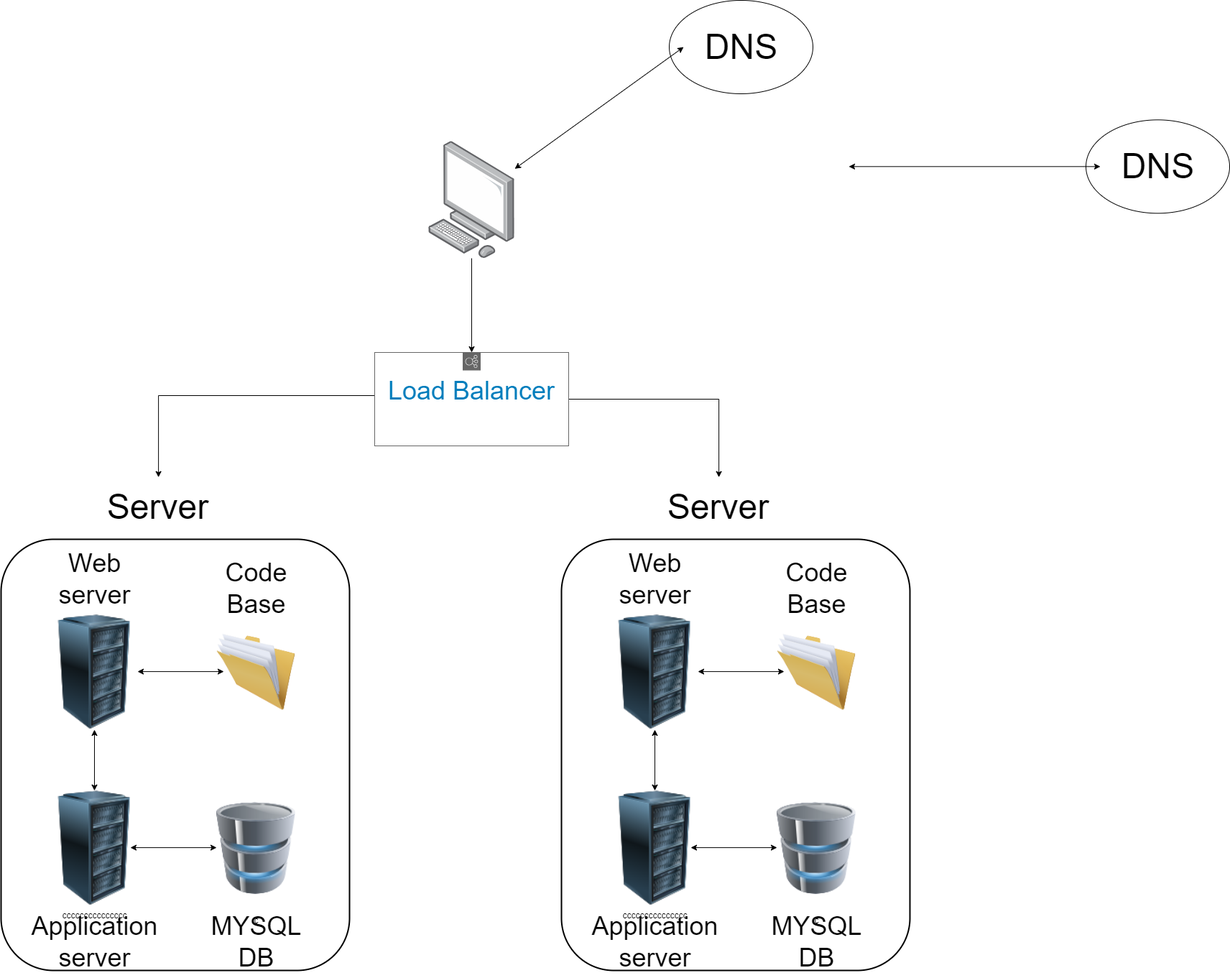
Above: 0x09-web_infrastructure_design/1-distributed_web_infrastructure.png in mitch-codes/alx-system_engineering-devops (draw.io), before the change. Source tidied: cells renumbered, new cells last; positions are measured from the earlier drawing's top-left corner, leaving out a move shared by most shapes. The source it was exported from:
```xml
<mxGraphModel>
  <root>
    <mxCell id="0" />
    <mxCell id="1" parent="0" />
    <mxCell id="2" style="edgeStyle=orthogonalEdgeStyle;rounded=0;jettySize=auto;html=1;entryX=0.51;entryY=-0.09;entryDx=0;entryDy=0;entryPerimeter=0;" parent="1" edge="1" source="38" target="9">
      <mxGeometry relative="1" as="geometry">
        <Array as="points">
          <mxPoint x="219" y="550" />
        </Array>
      </mxGeometry>
    </mxCell>
    <mxCell id="3" style="edgeStyle=orthogonalEdgeStyle;rounded=0;jettySize=auto;html=1;" parent="1" edge="1" source="4" target="38">
      <mxGeometry relative="1" as="geometry" />
    </mxCell>
    <mxCell id="4" style="image;points=[];html=1;align=center;shadow=0;dashed=0;image=img/lib/allied_telesis/computer_and_terminals/Personal_Computer.svg;" parent="1" vertex="1">
      <mxGeometry x="595" y="196.3" width="120" height="162.6" as="geometry" />
    </mxCell>
    <mxCell id="5" style="image;html=1;image=img/lib/clip_art/computers/Server_Rack_128x128.png;" parent="1" vertex="1">
      <mxGeometry x="60" y="855" width="140" height="160" as="geometry" />
    </mxCell>
    <mxCell id="6" value="ccccccccccccccc" style="image;html=1;image=img/lib/clip_art/computers/Server_Rack_128x128.png;" parent="1" vertex="1">
      <mxGeometry x="60" y="1100" width="140" height="160" as="geometry" />
    </mxCell>
    <mxCell id="7" style="rounded=1;whiteSpace=wrap;html=1;fillColor=none;strokeColor=#000000;strokeWidth=2;" parent="1" vertex="1">
      <mxGeometry y="750" width="485" height="600" as="geometry" />
    </mxCell>
    <mxCell id="8" style="ellipse;whiteSpace=wrap;html=1;" parent="1" vertex="1">
      <mxGeometry x="930" width="200" height="130" as="geometry" />
    </mxCell>
    <mxCell id="9" value="&lt;font style=&quot;font-size: 48px;&quot;&gt;Server&lt;/font&gt;" style="text;html=1;align=center;verticalAlign=middle;points=[];strokeColor=none;fillColor=none;" parent="1" vertex="1">
      <mxGeometry x="137.5" y="670" width="160" height="70" as="geometry" />
    </mxCell>
    <mxCell id="10" value="&lt;font style=&quot;&quot;&gt;&lt;font style=&quot;font-size: 36px;&quot;&gt;Web&lt;br&gt;server&lt;/font&gt;&lt;br&gt;&lt;/font&gt;" style="text;html=1;align=center;verticalAlign=middle;strokeColor=none;fillColor=none;" parent="1" vertex="1">
      <mxGeometry x="70" y="755" width="120" height="100" as="geometry" />
    </mxCell>
    <mxCell id="11" value="&lt;font style=&quot;&quot;&gt;&lt;font style=&quot;font-size: 36px;&quot;&gt;Application&lt;br&gt;server&lt;/font&gt;&lt;br&gt;&lt;/font&gt;" style="text;html=1;align=center;verticalAlign=middle;strokeColor=none;fillColor=none;" parent="1" vertex="1">
      <mxGeometry x="30" y="1260" width="200" height="100" as="geometry" />
    </mxCell>
    <mxCell id="12" style="endArrow=classic;startArrow=classic;html=1;rounded=0;exitX=0.268;exitY=0.583;exitDx=0;exitDy=0;exitPerimeter=0;" parent="1" edge="1" source="7" target="5">
      <mxGeometry relative="1" as="geometry" />
    </mxCell>
    <mxCell id="13" style="endArrow=classic;startArrow=classic;html=1;rounded=0;entryX=0.1;entryY=0.5;entryDx=0;entryDy=0;entryPerimeter=0;" parent="1" edge="1" source="4" target="8">
      <mxGeometry relative="1" as="geometry" />
    </mxCell>
    <mxCell id="14" value="&lt;font style=&quot;font-size: 48px;&quot;&gt;DNS&lt;/font&gt;" style="text;html=1;align=center;verticalAlign=middle;strokeColor=none;fillColor=none;" parent="1" vertex="1">
      <mxGeometry x="970" y="30" width="120" height="70" as="geometry" />
    </mxCell>
    <mxCell id="15" value="c" style="image;html=1;image=img/lib/clip_art/computers/Database_128x128.png;" parent="1" vertex="1">
      <mxGeometry x="300" y="1093" width="110" height="174" as="geometry" />
    </mxCell>
    <mxCell id="16" value="&lt;font style=&quot;&quot;&gt;&lt;span style=&quot;font-size: 36px;&quot;&gt;MYSQL&lt;br&gt;DB&lt;/span&gt;&lt;br&gt;&lt;/font&gt;" style="text;html=1;align=center;verticalAlign=middle;strokeColor=none;fillColor=none;" parent="1" vertex="1">
      <mxGeometry x="280" y="1260" width="150" height="100" as="geometry" />
    </mxCell>
    <mxCell id="17" style="endArrow=classic;startArrow=classic;html=1;rounded=0;" parent="1" edge="1">
      <mxGeometry relative="1" as="geometry">
        <mxPoint x="180" y="1179.1" as="sourcePoint" />
        <mxPoint x="300" y="1179.1" as="targetPoint" />
      </mxGeometry>
    </mxCell>
    <mxCell id="18" style="image;html=1;image=img/lib/clip_art/general/Full_Folder_128x128.png;" parent="1" vertex="1">
      <mxGeometry x="300" y="867.5" width="110" height="135" as="geometry" />
    </mxCell>
    <mxCell id="19" style="endArrow=classic;startArrow=classic;html=1;rounded=0;" parent="1" edge="1">
      <mxGeometry relative="1" as="geometry">
        <mxPoint x="190" y="934.1" as="sourcePoint" />
        <mxPoint x="310" y="934.1" as="targetPoint" />
      </mxGeometry>
    </mxCell>
    <mxCell id="20" value="&lt;font style=&quot;&quot;&gt;&lt;span style=&quot;font-size: 36px;&quot;&gt;Code&lt;br&gt;Base&lt;/span&gt;&lt;br&gt;&lt;/font&gt;" style="text;html=1;align=center;verticalAlign=middle;strokeColor=none;fillColor=none;" parent="1" vertex="1">
      <mxGeometry x="300" y="767.5" width="110" height="100" as="geometry" />
    </mxCell>
    <mxCell id="21" style="edgeStyle=orthogonalEdgeStyle;rounded=0;jettySize=auto;html=1;entryX=0.51;entryY=-0.09;entryDx=0;entryDy=0;entryPerimeter=0;" parent="1" edge="1" source="38" target="26">
      <mxGeometry relative="1" as="geometry" />
    </mxCell>
    <mxCell id="22" style="image;html=1;image=img/lib/clip_art/computers/Server_Rack_128x128.png;" parent="1" vertex="1">
      <mxGeometry x="840" y="855" width="140" height="160" as="geometry" />
    </mxCell>
    <mxCell id="23" value="ccccccccccccccc" style="image;html=1;image=img/lib/clip_art/computers/Server_Rack_128x128.png;" parent="1" vertex="1">
      <mxGeometry x="840" y="1100" width="140" height="160" as="geometry" />
    </mxCell>
    <mxCell id="24" style="rounded=1;whiteSpace=wrap;html=1;fillColor=none;strokeColor=#000000;strokeWidth=2;" parent="1" vertex="1">
      <mxGeometry x="780" y="750" width="485" height="600" as="geometry" />
    </mxCell>
    <mxCell id="25" style="ellipse;whiteSpace=wrap;html=1;" parent="1" vertex="1">
      <mxGeometry x="1510" y="166.3" width="200" height="130" as="geometry" />
    </mxCell>
    <mxCell id="26" value="&lt;font style=&quot;font-size: 48px;&quot;&gt;Server&lt;/font&gt;" style="text;html=1;align=center;verticalAlign=middle;points=[];strokeColor=none;fillColor=none;" parent="1" vertex="1">
      <mxGeometry x="917.5" y="670" width="160" height="70" as="geometry" />
    </mxCell>
    <mxCell id="27" value="&lt;font style=&quot;&quot;&gt;&lt;font style=&quot;font-size: 36px;&quot;&gt;Web&lt;br&gt;server&lt;/font&gt;&lt;br&gt;&lt;/font&gt;" style="text;html=1;align=center;verticalAlign=middle;strokeColor=none;fillColor=none;" parent="1" vertex="1">
      <mxGeometry x="850" y="755" width="120" height="100" as="geometry" />
    </mxCell>
    <mxCell id="28" value="&lt;font style=&quot;&quot;&gt;&lt;font style=&quot;font-size: 36px;&quot;&gt;Application&lt;br&gt;server&lt;/font&gt;&lt;br&gt;&lt;/font&gt;" style="text;html=1;align=center;verticalAlign=middle;strokeColor=none;fillColor=none;" parent="1" vertex="1">
      <mxGeometry x="810" y="1260" width="200" height="100" as="geometry" />
    </mxCell>
    <mxCell id="29" style="endArrow=classic;startArrow=classic;html=1;rounded=0;exitX=0.268;exitY=0.583;exitDx=0;exitDy=0;exitPerimeter=0;" parent="1" edge="1" source="24" target="22">
      <mxGeometry relative="1" as="geometry" />
    </mxCell>
    <mxCell id="30" style="endArrow=classic;startArrow=classic;html=1;rounded=0;entryX=0.1;entryY=0.5;entryDx=0;entryDy=0;entryPerimeter=0;" parent="1" edge="1" target="25">
      <mxGeometry relative="1" as="geometry">
        <mxPoint x="1180" y="231.3" as="sourcePoint" />
      </mxGeometry>
    </mxCell>
    <mxCell id="31" value="&lt;font style=&quot;font-size: 48px;&quot;&gt;DNS&lt;/font&gt;" style="text;html=1;align=center;verticalAlign=middle;strokeColor=none;fillColor=none;" parent="1" vertex="1">
      <mxGeometry x="1550" y="196.3" width="120" height="70" as="geometry" />
    </mxCell>
    <mxCell id="32" value="c" style="image;html=1;image=img/lib/clip_art/computers/Database_128x128.png;" parent="1" vertex="1">
      <mxGeometry x="1080" y="1093" width="110" height="174" as="geometry" />
    </mxCell>
    <mxCell id="33" value="&lt;font style=&quot;&quot;&gt;&lt;span style=&quot;font-size: 36px;&quot;&gt;MYSQL&lt;br&gt;DB&lt;/span&gt;&lt;br&gt;&lt;/font&gt;" style="text;html=1;align=center;verticalAlign=middle;strokeColor=none;fillColor=none;" parent="1" vertex="1">
      <mxGeometry x="1060" y="1260" width="150" height="100" as="geometry" />
    </mxCell>
    <mxCell id="34" style="endArrow=classic;startArrow=classic;html=1;rounded=0;" parent="1" edge="1">
      <mxGeometry relative="1" as="geometry">
        <mxPoint x="960" y="1179.1" as="sourcePoint" />
        <mxPoint x="1080" y="1179.1" as="targetPoint" />
      </mxGeometry>
    </mxCell>
    <mxCell id="35" style="image;html=1;image=img/lib/clip_art/general/Full_Folder_128x128.png;" parent="1" vertex="1">
      <mxGeometry x="1080" y="867.5" width="110" height="135" as="geometry" />
    </mxCell>
    <mxCell id="36" style="endArrow=classic;startArrow=classic;html=1;rounded=0;" parent="1" edge="1">
      <mxGeometry relative="1" as="geometry">
        <mxPoint x="970" y="934.1" as="sourcePoint" />
        <mxPoint x="1090" y="934.1" as="targetPoint" />
      </mxGeometry>
    </mxCell>
    <mxCell id="37" value="&lt;font style=&quot;&quot;&gt;&lt;span style=&quot;font-size: 36px;&quot;&gt;Code&lt;br&gt;Base&lt;/span&gt;&lt;br&gt;&lt;/font&gt;" style="text;html=1;align=center;verticalAlign=middle;strokeColor=none;fillColor=none;" parent="1" vertex="1">
      <mxGeometry x="1080" y="767.5" width="110" height="100" as="geometry" />
    </mxCell>
    <mxCell id="38" value="&lt;font style=&quot;font-size: 36px;&quot;&gt;Load &lt;/font&gt;&lt;font style=&quot;font-size: 36px;&quot;&gt;Balancer&lt;/font&gt;" style="sketch=0;outlineConnect=0;gradientColor=none;html=1;whiteSpace=wrap;fontSize=12;fontStyle=0;shape=mxgraph.aws4.groupCenter;grIcon=mxgraph.aws4.group_elastic_load_balancing;grStroke=1;strokeColor=#666666;fillColor=none;verticalAlign=top;align=center;fontColor=#007DBC;dashed=0;spacingTop=25;" parent="1" vertex="1">
      <mxGeometry x="520" y="490" width="270" height="130" as="geometry" />
    </mxCell>
  </root>
</mxGraphModel>
```
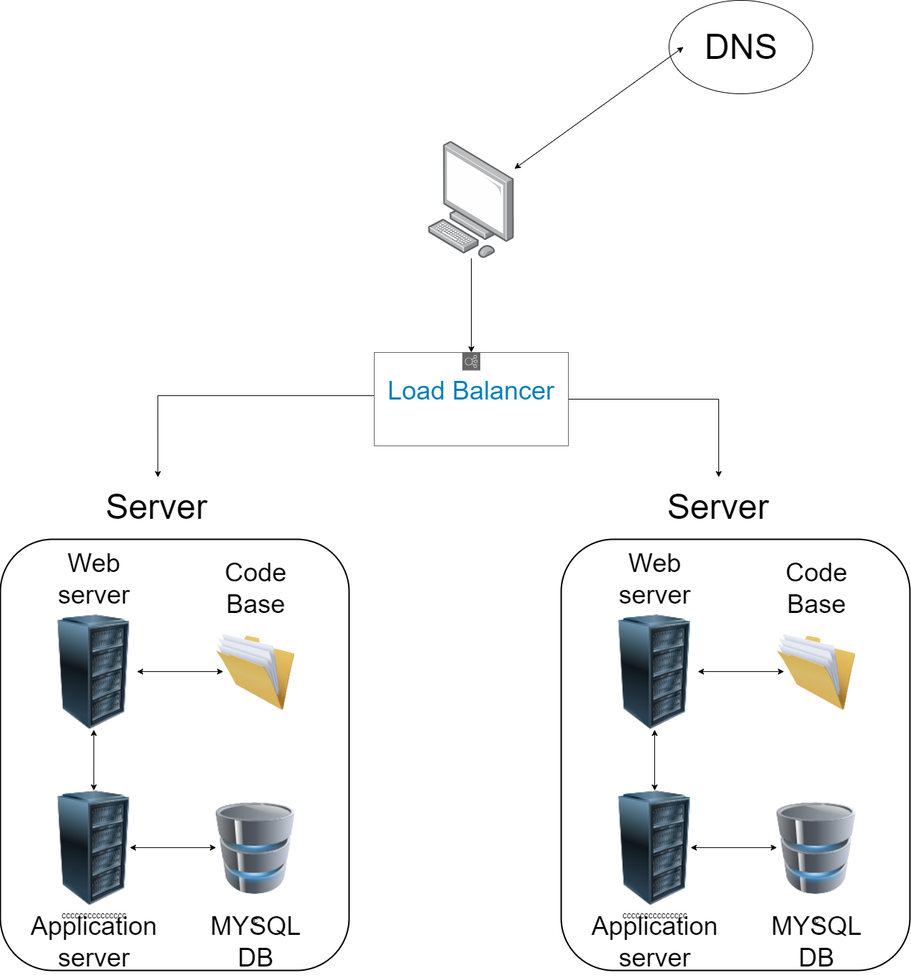
After the commit.

Change to the diagram source:
```diff
@@ -81,9 +81,6 @@
     <mxCell id="24" style="rounded=1;whiteSpace=wrap;html=1;fillColor=none;strokeColor=#000000;strokeWidth=2;" parent="1" vertex="1">
       <mxGeometry x="780" y="750" width="485" height="600" as="geometry" />
     </mxCell>
-    <mxCell id="25" style="ellipse;whiteSpace=wrap;html=1;" parent="1" vertex="1">
-      <mxGeometry x="1510" y="166.3" width="200" height="130" as="geometry" />
-    </mxCell>
     <mxCell id="26" value="&lt;font style=&quot;font-size: 48px;&quot;&gt;Server&lt;/font&gt;" style="text;html=1;align=center;verticalAlign=middle;points=[];strokeColor=none;fillColor=none;" parent="1" vertex="1">
       <mxGeometry x="917.5" y="670" width="160" height="70" as="geometry" />
     </mxCell>
@@ -96,14 +93,6 @@
     <mxCell id="29" style="endArrow=classic;startArrow=classic;html=1;rounded=0;exitX=0.268;exitY=0.583;exitDx=0;exitDy=0;exitPerimeter=0;" parent="1" edge="1" source="24" target="22">
       <mxGeometry relative="1" as="geometry" />
     </mxCell>
-    <mxCell id="30" style="endArrow=classic;startArrow=classic;html=1;rounded=0;entryX=0.1;entryY=0.5;entryDx=0;entryDy=0;entryPerimeter=0;" parent="1" edge="1" target="25">
-      <mxGeometry relative="1" as="geometry">
-        <mxPoint x="1180" y="231.3" as="sourcePoint" />
-      </mxGeometry>
-    </mxCell>
-    <mxCell id="31" value="&lt;font style=&quot;font-size: 48px;&quot;&gt;DNS&lt;/font&gt;" style="text;html=1;align=center;verticalAlign=middle;strokeColor=none;fillColor=none;" parent="1" vertex="1">
-      <mxGeometry x="1550" y="196.3" width="120" height="70" as="geometry" />
-    </mxCell>
     <mxCell id="32" value="c" style="image;html=1;image=img/lib/clip_art/computers/Database_128x128.png;" parent="1" vertex="1">
       <mxGeometry x="1080" y="1093" width="110" height="174" as="geometry" />
     </mxCell>
```
